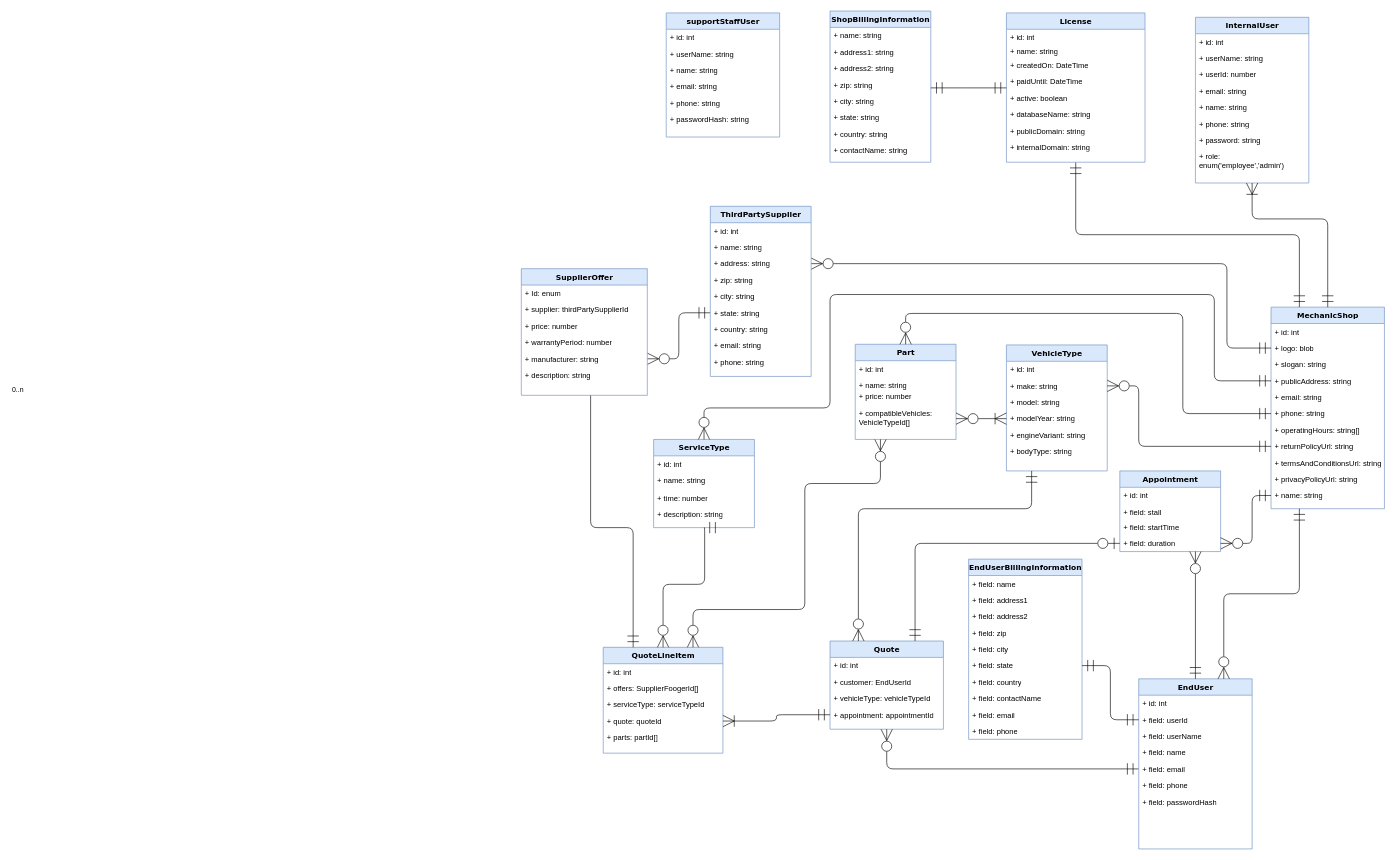
Above: Entity_Relationship_Diagrams/ERD.drawio in Awrmani/AutoQuotes (draw.io), before the change. Source tidied: cells renumbered, new cells numbered last; positions are measured from the earlier drawing's top-left corner, leaving out a move shared by most shapes. Both pictures are drawn from the tidied source at 63%, with x=0, y=0 at pixel (11, 11).
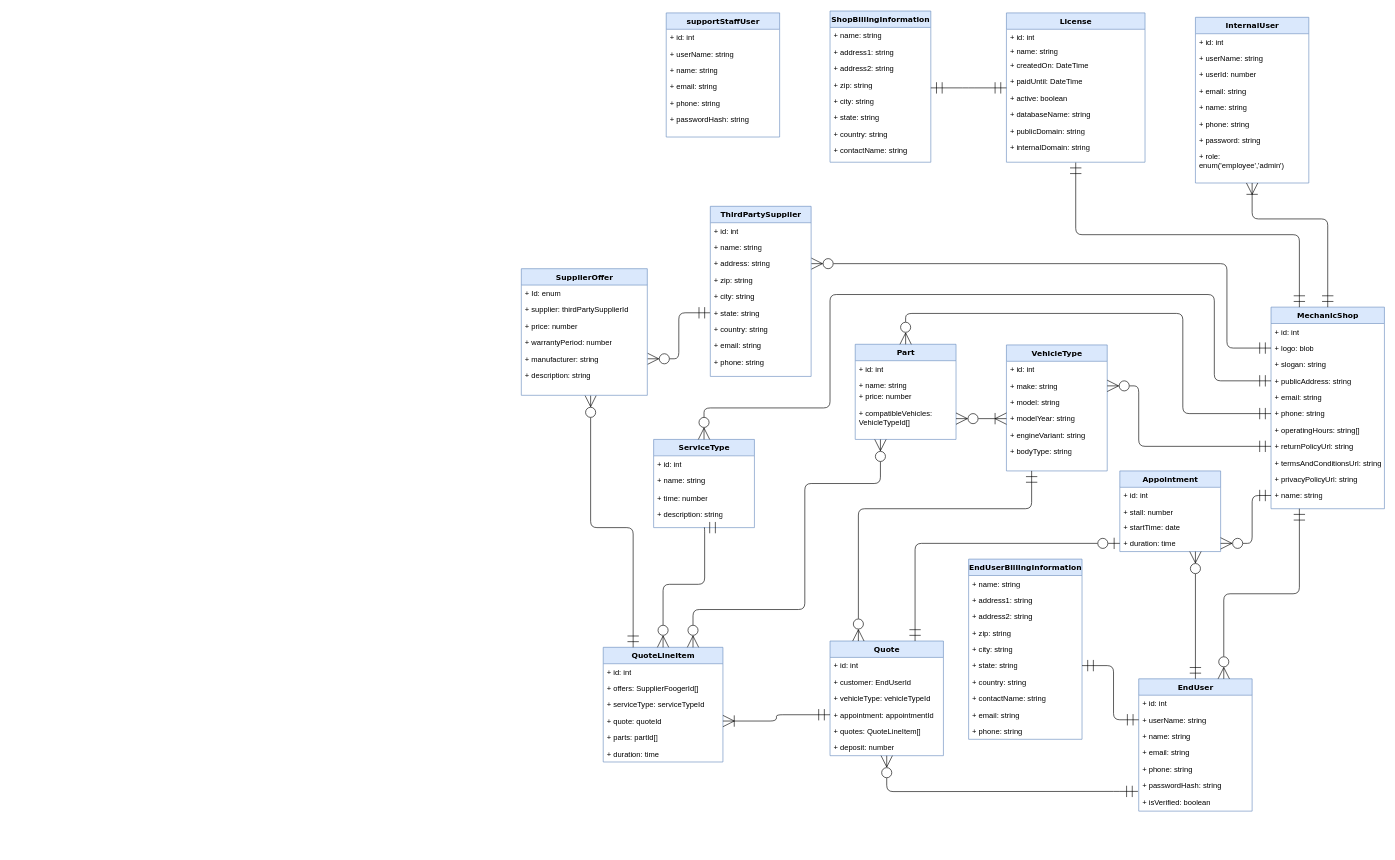
The same page after the edit.

Unchanged cells that the change refers to:
```xml
<mxCell id="36" value="EndUserBillingInformation" style="swimlane;html=1;fontStyle=1;align=center;verticalAlign=top;horizontal=1;startSize=26;swimlaneFillColor=#ffffff;rounded=0;shadow=0;comic=0;labelBackgroundColor=none;strokeWidth=1;fillColor=#dae8fc;fontFamily=Verdana;fontSize=12;strokeColor=#6c8ebf;" parent="1" vertex="1">
  <mxGeometry x="1520" y="870" width="180" height="286" as="geometry" />
</mxCell>
<mxCell id="59" value="Appointment" style="swimlane;html=1;fontStyle=1;align=center;verticalAlign=top;horizontal=1;startSize=26;swimlaneFillColor=#ffffff;rounded=0;shadow=0;comic=0;labelBackgroundColor=none;strokeWidth=1;fillColor=#dae8fc;fontFamily=Verdana;fontSize=12;strokeColor=#6c8ebf;" parent="1" vertex="1">
  <mxGeometry x="1760" y="730" width="160" height="128" as="geometry" />
</mxCell>
```

What changed in the source:
```diff
@@
     <mxCell id="14" value="Quote" style="swimlane;html=1;fontStyle=1;align=center;verticalAlign=top;horizontal=1;startSize=26;swimlaneFillColor=#ffffff;rounded=0;shadow=0;comic=0;labelBackgroundColor=none;strokeWidth=1;fillColor=#dae8fc;fontFamily=Verdana;fontSize=12;strokeColor=#6c8ebf;" parent="1" vertex="1">
-      <mxGeometry x="1300" y="1000" width="180" height="140" as="geometry" />
+      <mxGeometry x="1300" y="1000" width="180" height="182" as="geometry" />
     </mxCell>
@@
+    <mxCell id="139" value="+ quotes: QuoteLineItem[]" style="text;html=1;strokeColor=none;fillColor=none;align=left;verticalAlign=top;spacingLeft=4;spacingRight=4;whiteSpace=wrap;overflow=hidden;" parent="14" vertex="1">
+      <mxGeometry y="130" width="180" height="26" as="geometry" />
+    </mxCell>
+    <mxCell id="140" value="+ deposit: number" style="text;html=1;strokeColor=none;fillColor=none;align=left;verticalAlign=top;spacingLeft=4;spacingRight=4;whiteSpace=wrap;overflow=hidden;" parent="14" vertex="1">
+      <mxGeometry y="156" width="180" height="26" as="geometry" />
+    </mxCell>
     <mxCell id="19" value="QuoteLineItem" style="swimlane;html=1;fontStyle=1;align=center;verticalAlign=top;horizontal=1;startSize=26;swimlaneFillColor=#ffffff;rounded=0;shadow=0;comic=0;labelBackgroundColor=none;strokeWidth=1;fillColor=#dae8fc;fontFamily=Verdana;fontSize=12;strokeColor=#6c8ebf;" parent="1" vertex="1">
-      <mxGeometry x="940" y="1010" width="190" height="168" as="geometry" />
+      <mxGeometry x="940" y="1010" width="190" height="182" as="geometry" />
     </mxCell>
@@
+    <mxCell id="141" value="+ duration: time" style="text;html=1;strokeColor=none;fillColor=none;align=left;verticalAlign=top;spacingLeft=4;spacingRight=4;whiteSpace=wrap;overflow=hidden;" parent="19" vertex="1">
+      <mxGeometry y="156" width="190" height="26" as="geometry" />
+    </mxCell>
@@
-    <mxCell id="37" value="+ field: name" style="text;html=1;strokeColor=none;fillColor=none;align=left;verticalAlign=top;spacingLeft=4;spacingRight=4;whiteSpace=wrap;overflow=hidden;" parent="36" vertex="1">
+    <mxCell id="37" value="+ name: string" style="text;html=1;strokeColor=none;fillColor=none;align=left;verticalAlign=top;spacingLeft=4;spacingRight=4;whiteSpace=wrap;overflow=hidden;" parent="36" vertex="1">
       <mxGeometry y="26" width="180" height="26" as="geometry" />
     </mxCell>
-    <mxCell id="38" value="+ field: address1" style="text;html=1;strokeColor=none;fillColor=none;align=left;verticalAlign=top;spacingLeft=4;spacingRight=4;whiteSpace=wrap;overflow=hidden;" parent="36" vertex="1">
+    <mxCell id="38" value="+ address1: string" style="text;html=1;strokeColor=none;fillColor=none;align=left;verticalAlign=top;spacingLeft=4;spacingRight=4;whiteSpace=wrap;overflow=hidden;" parent="36" vertex="1">
       <mxGeometry y="52" width="180" height="26" as="geometry" />
     </mxCell>
-    <mxCell id="39" value="+ field: address2" style="text;html=1;strokeColor=none;fillColor=none;align=left;verticalAlign=top;spacingLeft=4;spacingRight=4;whiteSpace=wrap;overflow=hidden;" parent="36" vertex="1">
+    <mxCell id="39" value="+ address2: string" style="text;html=1;strokeColor=none;fillColor=none;align=left;verticalAlign=top;spacingLeft=4;spacingRight=4;whiteSpace=wrap;overflow=hidden;" parent="36" vertex="1">
       <mxGeometry y="78" width="180" height="26" as="geometry" />
     </mxCell>
-    <mxCell id="40" value="+ field: zip" style="text;html=1;strokeColor=none;fillColor=none;align=left;verticalAlign=top;spacingLeft=4;spacingRight=4;whiteSpace=wrap;overflow=hidden;" parent="36" vertex="1">
+    <mxCell id="40" value="+ zip: string" style="text;html=1;strokeColor=none;fillColor=none;align=left;verticalAlign=top;spacingLeft=4;spacingRight=4;whiteSpace=wrap;overflow=hidden;" parent="36" vertex="1">
       <mxGeometry y="104" width="180" height="26" as="geometry" />
     </mxCell>
-    <mxCell id="41" value="+ field: city" style="text;html=1;strokeColor=none;fillColor=none;align=left;verticalAlign=top;spacingLeft=4;spacingRight=4;whiteSpace=wrap;overflow=hidden;" parent="36" vertex="1">
+    <mxCell id="41" value="+ city: string" style="text;html=1;strokeColor=none;fillColor=none;align=left;verticalAlign=top;spacingLeft=4;spacingRight=4;whiteSpace=wrap;overflow=hidden;" parent="36" vertex="1">
       <mxGeometry y="130" width="180" height="26" as="geometry" />
     </mxCell>
-    <mxCell id="42" value="+ field: state" style="text;html=1;strokeColor=none;fillColor=none;align=left;verticalAlign=top;spacingLeft=4;spacingRight=4;whiteSpace=wrap;overflow=hidden;points=[[0,0.5],[1,0.5]];portConstraint=eastwest;" parent="36" vertex="1">
+    <mxCell id="42" value="+ state: string" style="text;html=1;strokeColor=none;fillColor=none;align=left;verticalAlign=top;spacingLeft=4;spacingRight=4;whiteSpace=wrap;overflow=hidden;points=[[0,0.5],[1,0.5]];portConstraint=eastwest;" parent="36" vertex="1">
       <mxGeometry y="156" width="180" height="26" as="geometry" />
     </mxCell>
-    <mxCell id="43" value="+ field: country" style="text;html=1;strokeColor=none;fillColor=none;align=left;verticalAlign=top;spacingLeft=4;spacingRight=4;whiteSpace=wrap;overflow=hidden;" parent="36" vertex="1">
+    <mxCell id="43" value="+ country: string" style="text;html=1;strokeColor=none;fillColor=none;align=left;verticalAlign=top;spacingLeft=4;spacingRight=4;whiteSpace=wrap;overflow=hidden;" parent="36" vertex="1">
       <mxGeometry y="182" width="180" height="26" as="geometry" />
     </mxCell>
-    <mxCell id="44" value="+ field: contactName" style="text;html=1;strokeColor=none;fillColor=none;align=left;verticalAlign=top;spacingLeft=4;spacingRight=4;whiteSpace=wrap;overflow=hidden;" parent="36" vertex="1">
+    <mxCell id="44" value="+ contactName: string" style="text;html=1;strokeColor=none;fillColor=none;align=left;verticalAlign=top;spacingLeft=4;spacingRight=4;whiteSpace=wrap;overflow=hidden;" parent="36" vertex="1">
       <mxGeometry y="208" width="180" height="26" as="geometry" />
     </mxCell>
-    <mxCell id="45" value="+ field: email" style="text;html=1;strokeColor=none;fillColor=none;align=left;verticalAlign=top;spacingLeft=4;spacingRight=4;whiteSpace=wrap;overflow=hidden;" parent="36" vertex="1">
+    <mxCell id="45" value="+ email: string" style="text;html=1;strokeColor=none;fillColor=none;align=left;verticalAlign=top;spacingLeft=4;spacingRight=4;whiteSpace=wrap;overflow=hidden;" parent="36" vertex="1">
       <mxGeometry y="234" width="180" height="26" as="geometry" />
     </mxCell>
-    <mxCell id="46" value="+ field: phone" style="text;html=1;strokeColor=none;fillColor=none;align=left;verticalAlign=top;spacingLeft=4;spacingRight=4;whiteSpace=wrap;overflow=hidden;" parent="36" vertex="1">
+    <mxCell id="46" value="+ phone: string" style="text;html=1;strokeColor=none;fillColor=none;align=left;verticalAlign=top;spacingLeft=4;spacingRight=4;whiteSpace=wrap;overflow=hidden;" parent="36" vertex="1">
       <mxGeometry y="260" width="180" height="26" as="geometry" />
     </mxCell>
@@
-    <mxCell id="48" style="endArrow=ERzeroToMany;html=1;edgeStyle=orthogonalEdgeStyle;rounded=1;startSize=16;endSize=16;strokeColor=default;exitX=0;exitY=0.5;exitDx=0;exitDy=0;startArrow=ERmandOne;startFill=0;endFill=0;entryX=0.5;entryY=1;entryDx=0;entryDy=0;" parent="1" edge="1" source="55" target="14">
+    <mxCell id="48" style="endArrow=ERzeroToMany;html=1;edgeStyle=orthogonalEdgeStyle;rounded=1;startSize=16;endSize=16;strokeColor=default;exitX=-0.007;exitY=0.873;exitDx=0;exitDy=0;startArrow=ERmandOne;startFill=0;endFill=0;entryX=0.5;entryY=1;entryDx=0;entryDy=0;exitPerimeter=0;" parent="1" edge="1" source="57" target="14">
       <mxGeometry relative="1" as="geometry">
         <Array as="points">
-          <mxPoint x="1390" y="1203" />
+          <mxPoint x="1760" y="1239" />
+          <mxPoint x="1390" y="1239" />
         </Array>
       </mxGeometry>
     </mxCell>
@@
     <mxCell id="50" value="EndUser" style="swimlane;html=1;fontStyle=1;align=center;verticalAlign=top;horizontal=1;startSize=26;swimlaneFillColor=#ffffff;rounded=0;shadow=0;comic=0;labelBackgroundColor=none;strokeWidth=1;fillColor=#dae8fc;fontFamily=Verdana;fontSize=12;strokeColor=#6c8ebf;" parent="1" vertex="1">
-      <mxGeometry x="1790" y="1060" width="180" height="270" as="geometry" />
+      <mxGeometry x="1790" y="1060" width="180" height="210" as="geometry" />
     </mxCell>
@@
-    <mxCell id="52" value="+ field: userId" style="text;html=1;strokeColor=none;fillColor=none;align=left;verticalAlign=top;spacingLeft=4;spacingRight=4;whiteSpace=wrap;overflow=hidden;points=[[0,0.5],[1,0.5]];portConstraint=eastwest;" parent="50" vertex="1">
-      <mxGeometry y="52" width="180" height="26" as="geometry" />
-    </mxCell>
-    <mxCell id="53" value="+ field: userName" style="text;html=1;strokeColor=none;fillColor=none;align=left;verticalAlign=top;spacingLeft=4;spacingRight=4;whiteSpace=wrap;overflow=hidden;" parent="50" vertex="1">
-      <mxGeometry y="78" width="180" height="26" as="geometry" />
+    <mxCell id="53" value="+ userName: string" style="text;html=1;strokeColor=none;fillColor=none;align=left;verticalAlign=top;spacingLeft=4;spacingRight=4;whiteSpace=wrap;overflow=hidden;" parent="50" vertex="1">
+      <mxGeometry y="52" width="180" height="26" as="geometry" />
     </mxCell>
-    <mxCell id="54" value="+ field: name" style="text;html=1;strokeColor=none;fillColor=none;align=left;verticalAlign=top;spacingLeft=4;spacingRight=4;whiteSpace=wrap;overflow=hidden;" parent="50" vertex="1">
-      <mxGeometry y="104" width="180" height="26" as="geometry" />
+    <mxCell id="54" value="+ name: string" style="text;html=1;strokeColor=none;fillColor=none;align=left;verticalAlign=top;spacingLeft=4;spacingRight=4;whiteSpace=wrap;overflow=hidden;" parent="50" vertex="1">
+      <mxGeometry y="78" width="180" height="26" as="geometry" />
     </mxCell>
-    <mxCell id="55" value="+ field: email" style="text;html=1;strokeColor=none;fillColor=none;align=left;verticalAlign=top;spacingLeft=4;spacingRight=4;whiteSpace=wrap;overflow=hidden;points=[[0,0.5],[1,0.5]];portConstraint=eastwest;" parent="50" vertex="1">
-      <mxGeometry y="130" width="180" height="26" as="geometry" />
+    <mxCell id="55" value="+ email: string" style="text;html=1;strokeColor=none;fillColor=none;align=left;verticalAlign=top;spacingLeft=4;spacingRight=4;whiteSpace=wrap;overflow=hidden;points=[[0,0.5],[1,0.5]];portConstraint=eastwest;" parent="50" vertex="1">
+      <mxGeometry y="104" width="180" height="26" as="geometry" />
     </mxCell>
-    <mxCell id="56" value="+ field: phone" style="text;html=1;strokeColor=none;fillColor=none;align=left;verticalAlign=top;spacingLeft=4;spacingRight=4;whiteSpace=wrap;overflow=hidden;" parent="50" vertex="1">
-      <mxGeometry y="156" width="180" height="26" as="geometry" />
+    <mxCell id="56" value="+ phone: string" style="text;html=1;strokeColor=none;fillColor=none;align=left;verticalAlign=top;spacingLeft=4;spacingRight=4;whiteSpace=wrap;overflow=hidden;" parent="50" vertex="1">
+      <mxGeometry y="130" width="180" height="26" as="geometry" />
     </mxCell>
-    <mxCell id="57" value="+ field: passwordHash" style="text;html=1;strokeColor=none;fillColor=none;align=left;verticalAlign=top;spacingLeft=4;spacingRight=4;whiteSpace=wrap;overflow=hidden;points=[[0,0.5],[1,0.5]];portConstraint=eastwest;" parent="50" vertex="1">
-      <mxGeometry y="182" width="180" height="26" as="geometry" />
+    <mxCell id="57" value="+ passwordHash: string" style="text;html=1;strokeColor=none;fillColor=none;align=left;verticalAlign=top;spacingLeft=4;spacingRight=4;whiteSpace=wrap;overflow=hidden;points=[[0,0.5],[1,0.5]];portConstraint=eastwest;" parent="50" vertex="1">
+      <mxGeometry y="156" width="180" height="26" as="geometry" />
     </mxCell>
+    <mxCell id="142" value="+ isVerified: boolean" style="text;html=1;strokeColor=none;fillColor=none;align=left;verticalAlign=top;spacingLeft=4;spacingRight=4;whiteSpace=wrap;overflow=hidden;" parent="50" vertex="1">
+      <mxGeometry y="182" width="180" height="26" as="geometry" />
+    </mxCell>
-    <mxCell id="58" style="endArrow=ERmandOne;endFill=0;endSize=16;html=1;rounded=1;strokeColor=default;exitX=1;exitY=0.5;exitDx=0;exitDy=0;entryX=0;entryY=0.5;entryDx=0;entryDy=0;edgeStyle=orthogonalEdgeStyle;startArrow=ERmandOne;startFill=0;startSize=16;" parent="1" edge="1" source="42" target="52">
-      <mxGeometry relative="1" as="geometry" />
+    <mxCell id="58" style="endArrow=ERmandOne;endFill=0;endSize=16;html=1;rounded=1;strokeColor=default;exitX=1;exitY=0.5;exitDx=0;exitDy=0;entryX=0;entryY=0.5;entryDx=0;entryDy=0;edgeStyle=orthogonalEdgeStyle;startArrow=ERmandOne;startFill=0;startSize=16;" parent="1" edge="1" source="42">
+      <mxGeometry relative="1" as="geometry">
+        <mxPoint x="1790" y="1125" as="targetPoint" />
+        <Array as="points">
+          <mxPoint x="1750" y="1039" />
+          <mxPoint x="1750" y="1125" />
+        </Array>
+      </mxGeometry>
     </mxCell>
@@
-    <mxCell id="61" value="+ field: stall" style="text;html=1;strokeColor=none;fillColor=none;align=left;verticalAlign=top;spacingLeft=4;spacingRight=4;whiteSpace=wrap;overflow=hidden;" parent="59" vertex="1">
+    <mxCell id="61" value="+ stall: number" style="text;html=1;strokeColor=none;fillColor=none;align=left;verticalAlign=top;spacingLeft=4;spacingRight=4;whiteSpace=wrap;overflow=hidden;" parent="59" vertex="1">
       <mxGeometry y="52" width="160" height="24" as="geometry" />
     </mxCell>
-    <mxCell id="62" value="+ field: startTime" style="text;html=1;strokeColor=none;fillColor=none;align=left;verticalAlign=top;spacingLeft=4;spacingRight=4;whiteSpace=wrap;overflow=hidden;" parent="59" vertex="1">
+    <mxCell id="62" value="+ startTime: date" style="text;html=1;strokeColor=none;fillColor=none;align=left;verticalAlign=top;spacingLeft=4;spacingRight=4;whiteSpace=wrap;overflow=hidden;" parent="59" vertex="1">
       <mxGeometry y="76" width="160" height="26" as="geometry" />
     </mxCell>
-    <mxCell id="63" value="+ field: duration" style="text;html=1;strokeColor=none;fillColor=none;align=left;verticalAlign=top;spacingLeft=4;spacingRight=4;whiteSpace=wrap;overflow=hidden;points=[[0,0.5],[1,0.5]];portConstraint=eastwest;" parent="59" vertex="1">
+    <mxCell id="63" value="+ duration: time" style="text;html=1;strokeColor=none;fillColor=none;align=left;verticalAlign=top;spacingLeft=4;spacingRight=4;whiteSpace=wrap;overflow=hidden;points=[[0,0.5],[1,0.5]];portConstraint=eastwest;" parent="59" vertex="1">
       <mxGeometry y="102" width="160" height="26" as="geometry" />
     </mxCell>
@@
     <mxCell id="70" style="endArrow=ERmandOne;html=1;edgeStyle=orthogonalEdgeStyle;rounded=1;startSize=16;endSize=16;strokeColor=default;startArrow=ERzeroToMany;startFill=0;endFill=0;entryX=0.25;entryY=0;entryDx=0;entryDy=0;" parent="1" edge="1" target="19">
       <mxGeometry relative="1" as="geometry">
-        <mxPoint x="920" y="570" as="sourcePoint" />
+        <mxPoint x="920" y="610" as="sourcePoint" />
         <Array as="points">
           <mxPoint x="920" y="820" />
           <mxPoint x="988" y="820" />
           <mxPoint x="988" y="1010" />
         </Array>
       </mxGeometry>
     </mxCell>
@@
-    <mxCell id="138" value="0..n" style="edgeLabel;html=1;align=left;verticalAlign=bottom;" parent="1" vertex="1">
-      <mxGeometry y="608.5" as="geometry" />
-    </mxCell>
```
